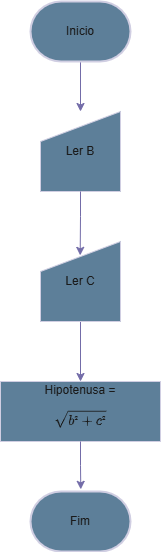
andrew-cdia/algoritmos-lista1 keeps this draw.io diagram as Diagramas/exercicios4.drawio.png. Above is the earlier version. Source tidied: cells renumbered, new cells last; positions are measured from the earlier drawing's top-left corner, leaving out a move shared by most shapes. The source it was exported from:
```xml
<mxGraphModel math="1">
  <root>
    <mxCell id="0" />
    <mxCell id="1" parent="0" />
    <mxCell id="2" value="Fim" style="strokeWidth=2;html=1;shape=mxgraph.flowchart.terminator;whiteSpace=wrap;labelBackgroundColor=none;fillColor=#5D7F99;strokeColor=#D0CEE2;fontColor=#1A1A1A;" parent="1" vertex="1">
      <mxGeometry x="30" y="490" width="100" height="60" as="geometry" />
    </mxCell>
    <mxCell id="3" style="edgeStyle=orthogonalEdgeStyle;rounded=0;jettySize=auto;html=1;entryX=0.5;entryY=0;entryDx=0;entryDy=0;labelBackgroundColor=none;strokeColor=#736CA8;fontColor=default;" parent="1" edge="1" source="4" target="5">
      <mxGeometry relative="1" as="geometry" />
    </mxCell>
    <mxCell id="4" value="Inicio" style="strokeWidth=2;html=1;shape=mxgraph.flowchart.terminator;whiteSpace=wrap;labelBackgroundColor=none;fillColor=#5D7F99;strokeColor=#D0CEE2;fontColor=#1A1A1A;" parent="1" vertex="1">
      <mxGeometry x="30" width="100" height="60" as="geometry" />
    </mxCell>
    <mxCell id="5" value="Ler B" style="shape=manualInput;whiteSpace=wrap;html=1;labelBackgroundColor=none;fillColor=#5D7F99;strokeColor=#D0CEE2;fontColor=#1A1A1A;" parent="1" vertex="1">
      <mxGeometry x="40" y="110" width="80" height="80" as="geometry" />
    </mxCell>
    <mxCell id="6" style="edgeStyle=orthogonalEdgeStyle;rounded=0;jettySize=auto;html=1;entryX=0.5;entryY=0;entryDx=0;entryDy=0;strokeColor=#736CA8;fontColor=#1A1A1A;" parent="1" edge="1" source="7" target="8">
      <mxGeometry relative="1" as="geometry" />
    </mxCell>
    <mxCell id="7" value="Ler C" style="shape=manualInput;whiteSpace=wrap;html=1;labelBackgroundColor=none;fillColor=#5D7F99;strokeColor=#D0CEE2;fontColor=#1A1A1A;" parent="1" vertex="1">
      <mxGeometry x="40" y="240" width="80" height="80" as="geometry" />
    </mxCell>
    <mxCell id="8" value="Hipotenusa = $$\sqrt{b² + c²}$$" style="rounded=0;whiteSpace=wrap;html=1;labelBackgroundColor=none;fillColor=#5D7F99;strokeColor=#D0CEE2;fontColor=#1A1A1A;" parent="1" vertex="1">
      <mxGeometry y="380" width="160" height="60" as="geometry" />
    </mxCell>
    <mxCell id="9" style="edgeStyle=orthogonalEdgeStyle;rounded=0;jettySize=auto;html=1;entryX=0.496;entryY=0.173;entryDx=0;entryDy=0;entryPerimeter=0;strokeColor=#736CA8;fontColor=#1A1A1A;" parent="1" edge="1" source="5" target="7">
      <mxGeometry relative="1" as="geometry" />
    </mxCell>
    <mxCell id="10" style="edgeStyle=orthogonalEdgeStyle;rounded=0;jettySize=auto;html=1;entryX=0.502;entryY=-0.054;entryDx=0;entryDy=0;entryPerimeter=0;strokeColor=#736CA8;fontColor=#1A1A1A;" parent="1" edge="1" source="8">
      <mxGeometry relative="1" as="geometry">
        <mxPoint x="80.3" y="487.8" as="targetPoint" />
      </mxGeometry>
    </mxCell>
  </root>
</mxGraphModel>
```
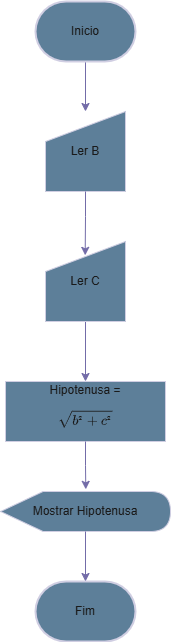
Above is the later version.

What changed in the source:
```diff
@@ -3,7 +3,7 @@
     <mxCell id="0" />
     <mxCell id="1" parent="0" />
     <mxCell id="2" value="Fim" style="strokeWidth=2;html=1;shape=mxgraph.flowchart.terminator;whiteSpace=wrap;labelBackgroundColor=none;fillColor=#5D7F99;strokeColor=#D0CEE2;fontColor=#1A1A1A;" parent="1" vertex="1">
-      <mxGeometry x="30" y="490" width="100" height="60" as="geometry" />
+      <mxGeometry x="30" y="580" width="100" height="60" as="geometry" />
     </mxCell>
     <mxCell id="3" style="edgeStyle=orthogonalEdgeStyle;rounded=0;jettySize=auto;html=1;entryX=0.5;entryY=0;entryDx=0;entryDy=0;labelBackgroundColor=none;strokeColor=#736CA8;fontColor=default;" parent="1" edge="1" source="4" target="5">
       <mxGeometry relative="1" as="geometry" />
@@ -31,5 +31,11 @@
         <mxPoint x="80.3" y="487.8" as="targetPoint" />
       </mxGeometry>
     </mxCell>
+    <mxCell id="11" value="Mostrar Hipotenusa" style="shape=display;whiteSpace=wrap;html=1;strokeColor=#D0CEE2;fontColor=#1A1A1A;fillColor=#5D7F99;" parent="1" vertex="1">
+      <mxGeometry x="-5" y="490" width="170" height="40" as="geometry" />
+    </mxCell>
+    <mxCell id="12" style="edgeStyle=orthogonalEdgeStyle;rounded=0;jettySize=auto;html=1;entryX=0.5;entryY=0;entryDx=0;entryDy=0;entryPerimeter=0;strokeColor=#736CA8;fontColor=#1A1A1A;" parent="1" edge="1" source="11" target="2">
+      <mxGeometry relative="1" as="geometry" />
+    </mxCell>
   </root>
 </mxGraphModel>
```
